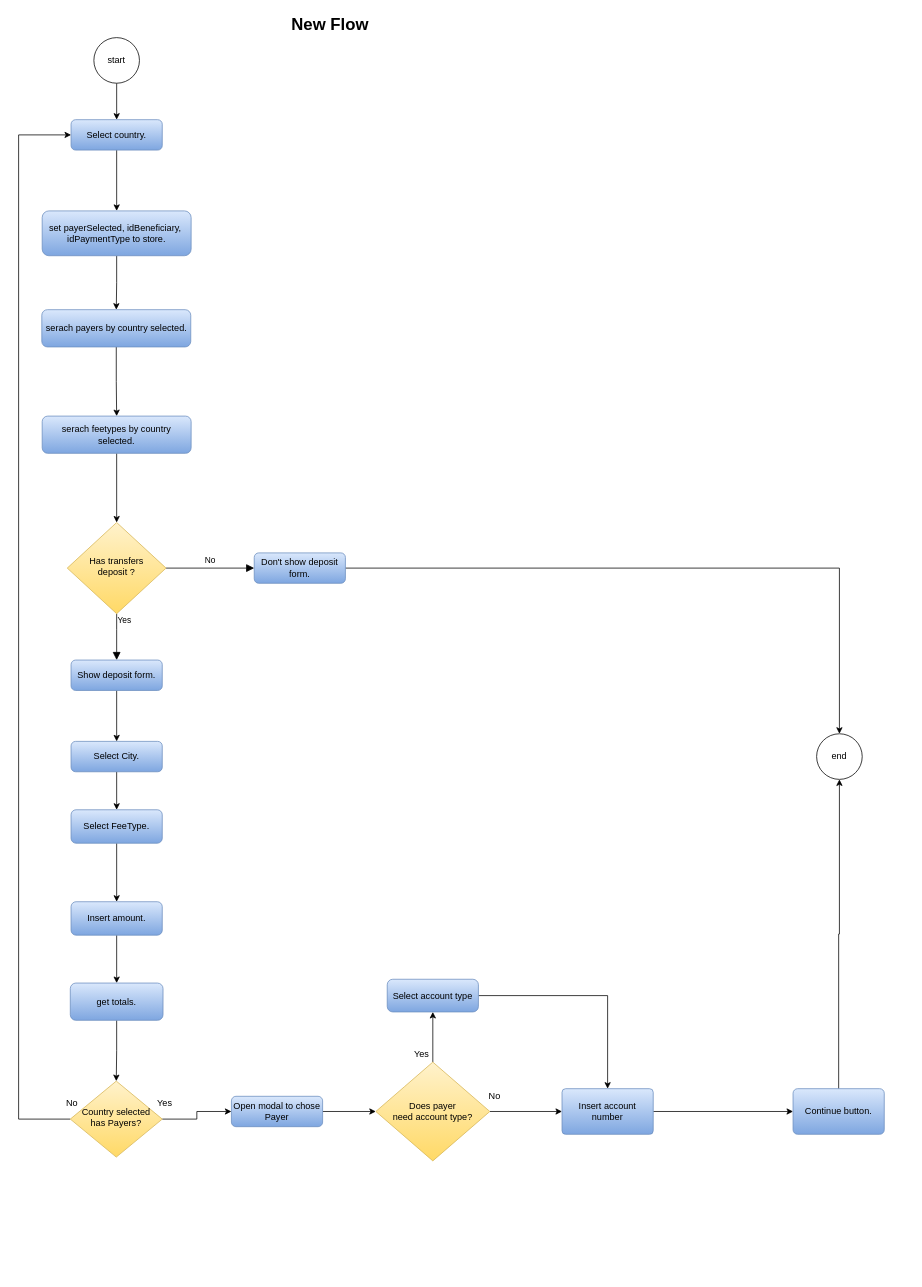
This is flujoDeposito.drawio from Eduardomaxillc/Eduardomaxillc, a draw.io file, before an edit. Source tidied: cells renumbered, new cells numbered last; positions are measured from the earlier drawing's top-left corner, leaving out a move shared by most shapes. Both pictures are drawn from the tidied source at 76%, with x=0, y=0 at pixel (18, 13).
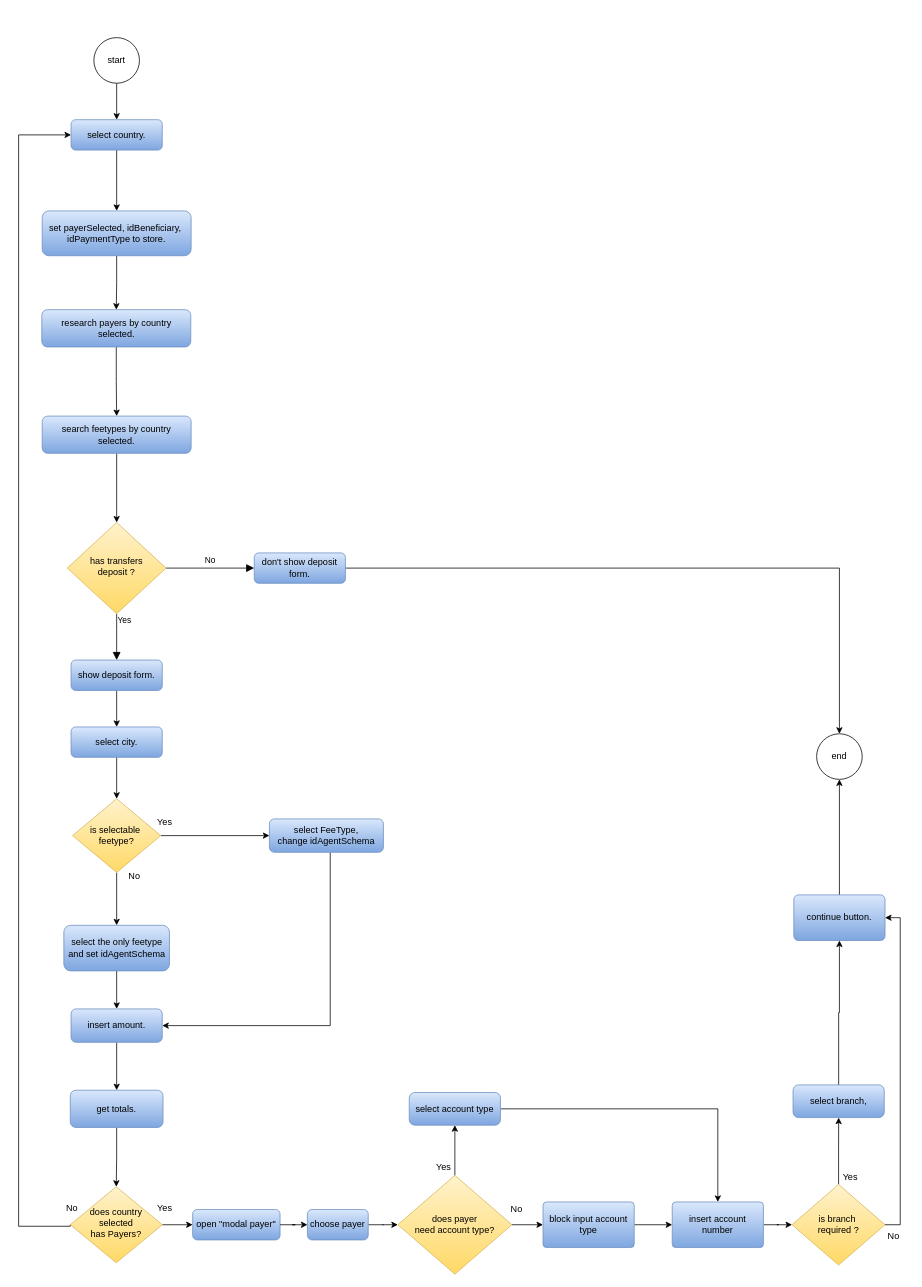
Above is the later version.

Diff of the diagram source:
```diff
@@
-    <mxCell id="3" value="Select country." style="rounded=1;whiteSpace=wrap;html=1;fontSize=12;glass=0;strokeWidth=1;shadow=0;fillColor=#dae8fc;gradientColor=#7ea6e0;strokeColor=#6c8ebf;" parent="1" vertex="1">
+    <mxCell id="3" value="select country." style="rounded=1;whiteSpace=wrap;html=1;fontSize=12;glass=0;strokeWidth=1;shadow=0;fillColor=#dae8fc;gradientColor=#7ea6e0;strokeColor=#6c8ebf;" parent="1" vertex="1">
       <mxGeometry x="69" y="140" width="120" height="40" as="geometry" />
     </mxCell>
@@
-    <mxCell id="6" value="Has transfers &lt;br&gt;deposit ?" style="rhombus;whiteSpace=wrap;html=1;shadow=0;fontFamily=Helvetica;fontSize=12;align=center;strokeWidth=1;spacing=6;spacingTop=-4;fillColor=#fff2cc;gradientColor=#ffd966;strokeColor=#d6b656;" parent="1" vertex="1">
+    <mxCell id="6" value="has transfers &lt;br&gt;deposit ?" style="rhombus;whiteSpace=wrap;html=1;shadow=0;fontFamily=Helvetica;fontSize=12;align=center;strokeWidth=1;spacing=6;spacingTop=-4;fillColor=#fff2cc;gradientColor=#ffd966;strokeColor=#d6b656;" parent="1" vertex="1">
       <mxGeometry x="64" y="670" width="130" height="120" as="geometry" />
     </mxCell>
@@
-    <mxCell id="8" value="Don't show deposit form." style="rounded=1;whiteSpace=wrap;html=1;fontSize=12;glass=0;strokeWidth=1;shadow=0;fillColor=#dae8fc;gradientColor=#7ea6e0;strokeColor=#6c8ebf;" parent="1" vertex="1">
+    <mxCell id="8" value="don't show deposit form." style="rounded=1;whiteSpace=wrap;html=1;fontSize=12;glass=0;strokeWidth=1;shadow=0;fillColor=#dae8fc;gradientColor=#7ea6e0;strokeColor=#6c8ebf;" parent="1" vertex="1">
       <mxGeometry x="310" y="710" width="120" height="40" as="geometry" />
     </mxCell>
@@
     <mxCell id="10" style="edgeStyle=orthogonalEdgeStyle;rounded=0;jettySize=auto;html=1;entryX=0;entryY=0.5;entryDx=0;entryDy=0;exitX=0;exitY=0.5;exitDx=0;exitDy=0;" parent="1" edge="1" source="11" target="3">
       <mxGeometry relative="1" as="geometry">
         <Array as="points">
-          <mxPoint y="1455" />
+          <mxPoint y="1596" />
           <mxPoint y="160" />
         </Array>
       </mxGeometry>
     </mxCell>
-    <mxCell id="11" value="Country selected has Payers?" style="rhombus;whiteSpace=wrap;html=1;shadow=0;fontFamily=Helvetica;fontSize=12;align=center;strokeWidth=1;spacing=6;spacingTop=-4;fillColor=#fff2cc;gradientColor=#ffd966;strokeColor=#d6b656;" parent="1" vertex="1">
-      <mxGeometry x="68" y="1405" width="121" height="100" as="geometry" />
+    <mxCell id="11" value="does country selected &lt;br&gt;has Payers?" style="rhombus;whiteSpace=wrap;html=1;shadow=0;fontFamily=Helvetica;fontSize=12;align=center;strokeWidth=1;spacing=6;spacingTop=-4;fillColor=#fff2cc;gradientColor=#ffd966;strokeColor=#d6b656;" parent="1" vertex="1">
+      <mxGeometry x="68" y="1544" width="121" height="100" as="geometry" />
     </mxCell>
-    <mxCell id="12" style="edgeStyle=orthogonalEdgeStyle;rounded=0;jettySize=auto;html=1;" parent="1" edge="1" source="13" target="24">
+    <mxCell id="12" style="edgeStyle=orthogonalEdgeStyle;rounded=0;jettySize=auto;html=1;" parent="1" edge="1" source="66" target="24">
       <mxGeometry relative="1" as="geometry" />
     </mxCell>
-    <mxCell id="13" value="Open modal to chose Payer" style="rounded=1;whiteSpace=wrap;html=1;fontSize=12;glass=0;strokeWidth=1;shadow=0;fillColor=#dae8fc;gradientColor=#7ea6e0;strokeColor=#6c8ebf;" parent="1" vertex="1">
-      <mxGeometry x="280" y="1425" width="120" height="40" as="geometry" />
+    <mxCell id="13" value="open &quot;modal payer&quot;" style="rounded=1;whiteSpace=wrap;html=1;fontSize=12;glass=0;strokeWidth=1;shadow=0;fillColor=#dae8fc;gradientColor=#7ea6e0;strokeColor=#6c8ebf;" parent="1" vertex="1">
+      <mxGeometry x="229" y="1574" width="115" height="40" as="geometry" />
     </mxCell>
-    <mxCell id="14" style="edgeStyle=orthogonalEdgeStyle;rounded=0;jettySize=auto;html=1;" parent="1" edge="1" source="15" target="17">
-      <mxGeometry relative="1" as="geometry" />
-    </mxCell>
+    <mxCell id="47" style="edgeStyle=orthogonalEdgeStyle;rounded=0;jettySize=auto;html=1;entryX=0.5;entryY=0;entryDx=0;entryDy=0;" parent="1" edge="1" source="15" target="51">
+      <mxGeometry relative="1" as="geometry" />
+    </mxCell>
-    <mxCell id="15" value="Select City." style="rounded=1;whiteSpace=wrap;html=1;fillColor=#dae8fc;gradientColor=#7ea6e0;strokeColor=#6c8ebf;" parent="1" vertex="1">
-      <mxGeometry x="69" y="958" width="120" height="40" as="geometry" />
+    <mxCell id="15" value="select city." style="rounded=1;whiteSpace=wrap;html=1;fillColor=#dae8fc;gradientColor=#7ea6e0;strokeColor=#6c8ebf;" parent="1" vertex="1">
+      <mxGeometry x="69" y="939" width="120" height="40" as="geometry" />
     </mxCell>
-    <mxCell id="16" style="edgeStyle=orthogonalEdgeStyle;rounded=0;jettySize=auto;html=1;" parent="1" edge="1" source="17" target="19">
-      <mxGeometry relative="1" as="geometry" />
+    <mxCell id="16" style="edgeStyle=orthogonalEdgeStyle;rounded=0;jettySize=auto;html=1;entryX=1;entryY=0.5;entryDx=0;entryDy=0;" parent="1" edge="1" source="17" target="19">
+      <mxGeometry relative="1" as="geometry">
+        <Array as="points">
+          <mxPoint x="410" y="1332" />
+        </Array>
+      </mxGeometry>
     </mxCell>
-    <mxCell id="17" value="Select FeeType." style="whiteSpace=wrap;html=1;rounded=1;fillColor=#dae8fc;gradientColor=#7ea6e0;strokeColor=#6c8ebf;" parent="1" vertex="1">
-      <mxGeometry x="69" y="1048" width="120" height="44" as="geometry" />
+    <mxCell id="17" value="select FeeType,&lt;br&gt;change idAgentSchema" style="whiteSpace=wrap;html=1;rounded=1;fillColor=#dae8fc;gradientColor=#7ea6e0;strokeColor=#6c8ebf;" parent="1" vertex="1">
+      <mxGeometry x="330" y="1060" width="150" height="44" as="geometry" />
     </mxCell>
@@
-    <mxCell id="19" value="Insert amount." style="whiteSpace=wrap;html=1;rounded=1;fillColor=#dae8fc;gradientColor=#7ea6e0;strokeColor=#6c8ebf;" parent="1" vertex="1">
-      <mxGeometry x="69" y="1169" width="120" height="44" as="geometry" />
+    <mxCell id="19" value="insert amount." style="whiteSpace=wrap;html=1;rounded=1;fillColor=#dae8fc;gradientColor=#7ea6e0;strokeColor=#6c8ebf;" parent="1" vertex="1">
+      <mxGeometry x="69" y="1310" width="120" height="44" as="geometry" />
     </mxCell>
     <mxCell id="20" value="Yes" style="text;html=1;align=center;verticalAlign=middle;strokeColor=none;fillColor=none;" parent="1" vertex="1">
-      <mxGeometry x="172" y="1419" width="40" height="30" as="geometry" />
+      <mxGeometry x="172" y="1558" width="40" height="30" as="geometry" />
     </mxCell>
     <mxCell id="21" value="No" style="text;html=1;align=center;verticalAlign=middle;strokeColor=none;fillColor=none;" parent="1" vertex="1">
-      <mxGeometry x="50" y="1419" width="40" height="30" as="geometry" />
+      <mxGeometry x="50" y="1558" width="40" height="30" as="geometry" />
     </mxCell>
@@
-    <mxCell id="23" style="edgeStyle=orthogonalEdgeStyle;rounded=0;jettySize=auto;html=1;" parent="1" edge="1" source="24" target="31">
+    <mxCell id="23" style="edgeStyle=orthogonalEdgeStyle;rounded=0;jettySize=auto;html=1;" parent="1" edge="1" source="64" target="31">
       <mxGeometry relative="1" as="geometry" />
     </mxCell>
-    <mxCell id="24" value="&lt;div&gt;Does payer&lt;/div&gt;&lt;div&gt;need account type?&lt;/div&gt;" style="rhombus;whiteSpace=wrap;html=1;rounded=1;glass=0;strokeWidth=1;shadow=0;arcSize=0;fillColor=#fff2cc;gradientColor=#ffd966;strokeColor=#d6b656;" parent="1" vertex="1">
-      <mxGeometry x="470" y="1380" width="150" height="130" as="geometry" />
+    <mxCell id="24" value="&lt;div&gt;does payer&lt;/div&gt;&lt;div&gt;need account type?&lt;/div&gt;" style="rhombus;whiteSpace=wrap;html=1;rounded=1;glass=0;strokeWidth=1;shadow=0;arcSize=0;fillColor=#fff2cc;gradientColor=#ffd966;strokeColor=#d6b656;" parent="1" vertex="1">
+      <mxGeometry x="499" y="1529" width="150" height="130" as="geometry" />
     </mxCell>
@@
-    <mxCell id="29" value="Select account type" style="whiteSpace=wrap;html=1;rounded=1;glass=0;strokeWidth=1;shadow=0;arcSize=17;fillColor=#dae8fc;gradientColor=#7ea6e0;strokeColor=#6c8ebf;" parent="1" vertex="1">
-      <mxGeometry x="485" y="1271" width="120" height="43" as="geometry" />
+    <mxCell id="29" value="select account type" style="whiteSpace=wrap;html=1;rounded=1;glass=0;strokeWidth=1;shadow=0;arcSize=17;fillColor=#dae8fc;gradientColor=#7ea6e0;strokeColor=#6c8ebf;" parent="1" vertex="1">
+      <mxGeometry x="514" y="1420" width="120" height="43" as="geometry" />
     </mxCell>
-    <mxCell id="30" style="edgeStyle=orthogonalEdgeStyle;rounded=0;jettySize=auto;html=1;" parent="1" edge="1" source="31" target="46">
-      <mxGeometry relative="1" as="geometry" />
-    </mxCell>
+    <mxCell id="48" style="edgeStyle=orthogonalEdgeStyle;rounded=0;jettySize=auto;html=1;" parent="1" edge="1" source="31" target="58">
+      <mxGeometry relative="1" as="geometry" />
+    </mxCell>
-    <mxCell id="31" value="Insert account number" style="whiteSpace=wrap;html=1;rounded=1;glass=0;strokeWidth=1;shadow=0;arcSize=8;fillColor=#dae8fc;gradientColor=#7ea6e0;strokeColor=#6c8ebf;" parent="1" vertex="1">
-      <mxGeometry x="715" y="1415" width="120" height="60" as="geometry" />
+    <mxCell id="31" value="insert account number" style="whiteSpace=wrap;html=1;rounded=1;glass=0;strokeWidth=1;shadow=0;arcSize=8;fillColor=#dae8fc;gradientColor=#7ea6e0;strokeColor=#6c8ebf;" parent="1" vertex="1">
+      <mxGeometry x="860" y="1564" width="120" height="60" as="geometry" />
     </mxCell>
     <mxCell id="32" value="No" style="text;html=1;align=center;verticalAlign=middle;strokeColor=none;fillColor=none;" parent="1" vertex="1">
-      <mxGeometry x="606" y="1410" width="40" height="30" as="geometry" />
+      <mxGeometry x="635" y="1559" width="40" height="30" as="geometry" />
     </mxCell>
     <mxCell id="33" value="Yes" style="text;html=1;align=center;verticalAlign=middle;strokeColor=none;fillColor=none;" parent="1" vertex="1">
-      <mxGeometry x="510" y="1355" width="40" height="30" as="geometry" />
+      <mxGeometry x="539" y="1504" width="40" height="30" as="geometry" />
     </mxCell>
-    <mxCell id="34" value="New Flow" style="text;html=1;strokeColor=none;fillColor=none;align=center;verticalAlign=middle;whiteSpace=wrap;rounded=0;fontStyle=1;fontSize=22;" parent="1" vertex="1">
-      <mxGeometry x="180" width="460" height="30" as="geometry" />
-    </mxCell>
@@
-    <mxCell id="36" value="Show deposit form." style="rounded=1;whiteSpace=wrap;html=1;fontSize=12;glass=0;strokeWidth=1;shadow=0;fillColor=#dae8fc;gradientColor=#7ea6e0;strokeColor=#6c8ebf;" parent="1" vertex="1">
+    <mxCell id="36" value="show deposit form." style="rounded=1;whiteSpace=wrap;html=1;fontSize=12;glass=0;strokeWidth=1;shadow=0;fillColor=#dae8fc;gradientColor=#7ea6e0;strokeColor=#6c8ebf;" parent="1" vertex="1">
       <mxGeometry x="69" y="851" width="120" height="40" as="geometry" />
     </mxCell>
@@
-    <mxCell id="40" value="&lt;span style=&quot;background-color: initial;&quot;&gt;serach payers by country selected.&lt;br&gt;&lt;/span&gt;" style="rounded=1;whiteSpace=wrap;html=1;fontSize=12;glass=0;strokeWidth=1;shadow=0;fillColor=#dae8fc;gradientColor=#7ea6e0;strokeColor=#6c8ebf;" parent="1" vertex="1">
+    <mxCell id="40" value="&lt;span style=&quot;background-color: initial;&quot;&gt;research payers by country selected.&lt;br&gt;&lt;/span&gt;" style="rounded=1;whiteSpace=wrap;html=1;fontSize=12;glass=0;strokeWidth=1;shadow=0;fillColor=#dae8fc;gradientColor=#7ea6e0;strokeColor=#6c8ebf;" parent="1" vertex="1">
       <mxGeometry x="30.5" y="390" width="196" height="49" as="geometry" />
     </mxCell>
@@
-    <mxCell id="42" value="&lt;span style=&quot;background-color: initial;&quot;&gt;serach feetypes by country selected.&lt;br&gt;&lt;/span&gt;" style="rounded=1;whiteSpace=wrap;html=1;fontSize=12;glass=0;strokeWidth=1;shadow=0;fillColor=#dae8fc;gradientColor=#7ea6e0;strokeColor=#6c8ebf;" parent="1" vertex="1">
+    <mxCell id="42" value="&lt;span style=&quot;background-color: initial;&quot;&gt;search feetypes by country selected.&lt;br&gt;&lt;/span&gt;" style="rounded=1;whiteSpace=wrap;html=1;fontSize=12;glass=0;strokeWidth=1;shadow=0;fillColor=#dae8fc;gradientColor=#7ea6e0;strokeColor=#6c8ebf;" parent="1" vertex="1">
       <mxGeometry x="31" y="530" width="196" height="49" as="geometry" />
     </mxCell>
@@
     <mxCell id="44" value="&lt;span style=&quot;background-color: initial;&quot;&gt;get totals.&lt;br&gt;&lt;/span&gt;" style="rounded=1;whiteSpace=wrap;html=1;fontSize=12;glass=0;strokeWidth=1;shadow=0;fillColor=#dae8fc;gradientColor=#7ea6e0;strokeColor=#6c8ebf;" parent="1" vertex="1">
-      <mxGeometry x="68" y="1276" width="122" height="49" as="geometry" />
+      <mxGeometry x="68" y="1417" width="122" height="49" as="geometry" />
     </mxCell>
@@
-    <mxCell id="46" value="Continue button." style="whiteSpace=wrap;html=1;rounded=1;glass=0;strokeWidth=1;shadow=0;arcSize=10;fillColor=#dae8fc;gradientColor=#7ea6e0;strokeColor=#6c8ebf;" parent="1" vertex="1">
-      <mxGeometry x="1019" y="1415" width="120" height="60" as="geometry" />
+    <mxCell id="46" value="continue button." style="whiteSpace=wrap;html=1;rounded=1;glass=0;strokeWidth=1;shadow=0;arcSize=10;fillColor=#dae8fc;gradientColor=#7ea6e0;strokeColor=#6c8ebf;" parent="1" vertex="1">
+      <mxGeometry x="1020" y="1160" width="120" height="60" as="geometry" />
     </mxCell>
+    <mxCell id="49" style="edgeStyle=orthogonalEdgeStyle;rounded=0;jettySize=auto;html=1;entryX=0;entryY=0.5;entryDx=0;entryDy=0;" parent="1" edge="1" source="51" target="17">
+      <mxGeometry relative="1" as="geometry" />
+    </mxCell>
+    <mxCell id="50" style="edgeStyle=orthogonalEdgeStyle;rounded=0;jettySize=auto;html=1;entryX=0.5;entryY=0;entryDx=0;entryDy=0;" parent="1" edge="1" source="51" target="53">
+      <mxGeometry relative="1" as="geometry" />
+    </mxCell>
+    <mxCell id="51" value="&lt;div&gt;is selectable&amp;nbsp;&lt;/div&gt;&lt;div&gt;feetype?&lt;/div&gt;" style="rhombus;whiteSpace=wrap;html=1;rounded=1;glass=0;strokeWidth=1;shadow=0;arcSize=0;fillColor=#fff2cc;gradientColor=#ffd966;strokeColor=#d6b656;" parent="1" vertex="1">
+      <mxGeometry x="71" y="1033.5" width="116" height="97" as="geometry" />
+    </mxCell>
+    <mxCell id="52" style="edgeStyle=orthogonalEdgeStyle;rounded=0;jettySize=auto;html=1;" parent="1" edge="1" source="53" target="19">
+      <mxGeometry relative="1" as="geometry" />
+    </mxCell>
+    <mxCell id="53" value="select the only feetype and set idAgentSchema" style="whiteSpace=wrap;html=1;rounded=1;fillColor=#dae8fc;gradientColor=#7ea6e0;strokeColor=#6c8ebf;" parent="1" vertex="1">
+      <mxGeometry x="59.5" y="1200" width="139" height="60" as="geometry" />
+    </mxCell>
+    <mxCell id="54" value="No" style="text;html=1;align=center;verticalAlign=middle;strokeColor=none;fillColor=none;" parent="1" vertex="1">
+      <mxGeometry x="132" y="1120" width="40" height="30" as="geometry" />
+    </mxCell>
+    <mxCell id="55" value="Yes" style="text;html=1;align=center;verticalAlign=middle;strokeColor=none;fillColor=none;" parent="1" vertex="1">
+      <mxGeometry x="172" y="1050" width="40" height="30" as="geometry" />
+    </mxCell>
+    <mxCell id="56" style="edgeStyle=orthogonalEdgeStyle;rounded=0;jettySize=auto;html=1;entryX=1;entryY=0.5;entryDx=0;entryDy=0;" parent="1" edge="1" source="58" target="46">
+      <mxGeometry relative="1" as="geometry">
+        <Array as="points">
+          <mxPoint x="1160" y="1594" />
+          <mxPoint x="1160" y="1190" />
+        </Array>
+      </mxGeometry>
+    </mxCell>
+    <mxCell id="57" style="edgeStyle=orthogonalEdgeStyle;rounded=0;jettySize=auto;html=1;entryX=0.5;entryY=1;entryDx=0;entryDy=0;" parent="1" edge="1" source="58" target="60">
+      <mxGeometry relative="1" as="geometry" />
+    </mxCell>
+    <mxCell id="58" value="&lt;div&gt;&lt;span style=&quot;background-color: initial;&quot;&gt;is branch&amp;nbsp;&lt;/span&gt;&lt;/div&gt;&lt;div&gt;&lt;span style=&quot;background-color: initial;&quot;&gt;required ?&lt;/span&gt;&lt;br&gt;&lt;/div&gt;" style="rhombus;whiteSpace=wrap;html=1;rounded=1;glass=0;strokeWidth=1;shadow=0;arcSize=0;fillColor=#fff2cc;gradientColor=#ffd966;strokeColor=#d6b656;" parent="1" vertex="1">
+      <mxGeometry x="1017.7" y="1541" width="122.3" height="106" as="geometry" />
+    </mxCell>
+    <mxCell id="59" style="edgeStyle=orthogonalEdgeStyle;rounded=0;jettySize=auto;html=1;" parent="1" edge="1" source="60" target="46">
+      <mxGeometry relative="1" as="geometry" />
+    </mxCell>
+    <mxCell id="60" value="select branch," style="whiteSpace=wrap;html=1;rounded=1;glass=0;strokeWidth=1;shadow=0;arcSize=17;fillColor=#dae8fc;gradientColor=#7ea6e0;strokeColor=#6c8ebf;" parent="1" vertex="1">
+      <mxGeometry x="1019" y="1410" width="120" height="43" as="geometry" />
+    </mxCell>
+    <mxCell id="61" value="No" style="text;html=1;align=center;verticalAlign=middle;strokeColor=none;fillColor=none;" parent="1" vertex="1">
+      <mxGeometry x="1131" y="1594" width="40" height="30" as="geometry" />
+    </mxCell>
+    <mxCell id="62" value="Yes" style="text;html=1;align=center;verticalAlign=middle;strokeColor=none;fillColor=none;" parent="1" vertex="1">
+      <mxGeometry x="1074" y="1516" width="40" height="30" as="geometry" />
+    </mxCell>
+    <mxCell id="63" style="edgeStyle=orthogonalEdgeStyle;rounded=0;jettySize=auto;html=1;" parent="1" edge="1" source="24" target="64">
+      <mxGeometry relative="1" as="geometry" />
+    </mxCell>
+    <mxCell id="64" value="block input account type" style="whiteSpace=wrap;html=1;rounded=1;glass=0;strokeWidth=1;shadow=0;arcSize=8;fillColor=#dae8fc;gradientColor=#7ea6e0;strokeColor=#6c8ebf;" parent="1" vertex="1">
+      <mxGeometry x="690" y="1564" width="120" height="60" as="geometry" />
+    </mxCell>
+    <mxCell id="65" style="edgeStyle=orthogonalEdgeStyle;rounded=0;jettySize=auto;html=1;" parent="1" edge="1" source="13" target="66">
+      <mxGeometry relative="1" as="geometry" />
+    </mxCell>
+    <mxCell id="66" value="choose payer" style="rounded=1;whiteSpace=wrap;html=1;fontSize=12;glass=0;strokeWidth=1;shadow=0;fillColor=#dae8fc;gradientColor=#7ea6e0;strokeColor=#6c8ebf;" parent="1" vertex="1">
+      <mxGeometry x="380" y="1574" width="80" height="40" as="geometry" />
+    </mxCell>
```
